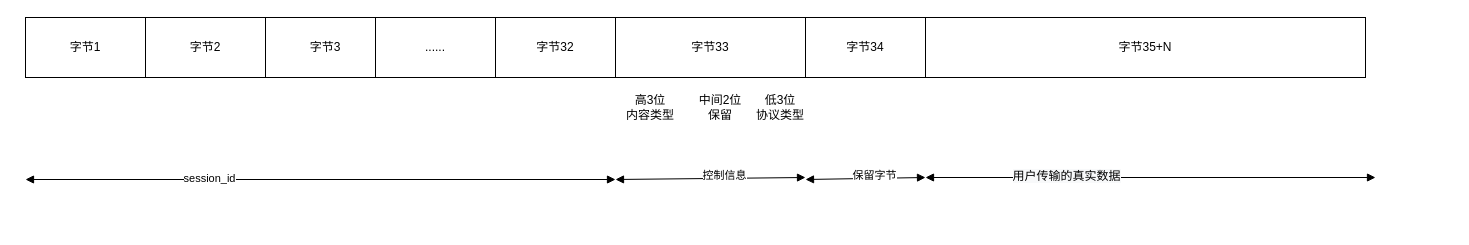
Before: diy_protocol.drawio in mqzhifu/drawpic, a draw.io diagram. Source tidied: cells renumbered, new cells numbered last; positions are measured from the earlier drawing's top-left corner, leaving out a move shared by most shapes. Both pictures are drawn from the tidied source at 100%, with x=0, y=0 at pixel (25, 17).
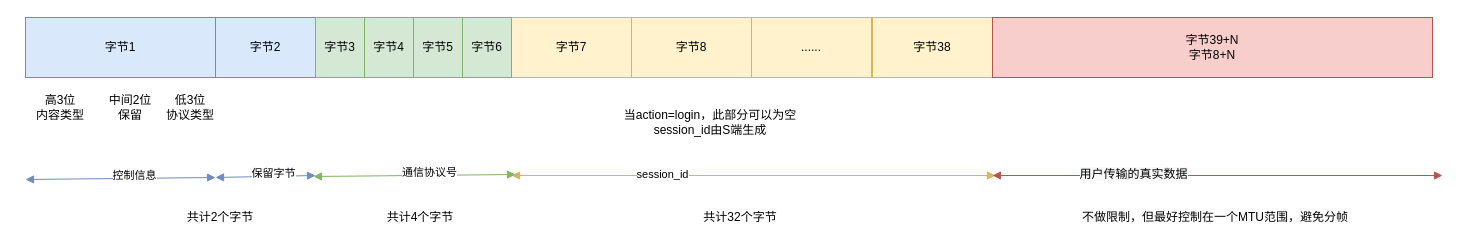
The same page after the edit.

Change to the diagram source:
```diff
@@
-    <mxCell id="2" value="字节1" style="rounded=0;whiteSpace=wrap;html=1;" parent="1" vertex="1">
-      <mxGeometry width="120" height="60" as="geometry" />
+    <mxCell id="2" value="字节7" style="rounded=0;whiteSpace=wrap;html=1;fillColor=#fff2cc;strokeColor=#d6b656;" parent="1" vertex="1">
+      <mxGeometry x="486" width="120" height="60" as="geometry" />
     </mxCell>
-    <mxCell id="3" value="&lt;span&gt;字节2&lt;/span&gt;" style="rounded=0;whiteSpace=wrap;html=1;" parent="1" vertex="1">
-      <mxGeometry x="120" width="120" height="60" as="geometry" />
+    <mxCell id="3" value="&lt;span&gt;字节8&lt;/span&gt;" style="rounded=0;whiteSpace=wrap;html=1;fillColor=#fff2cc;strokeColor=#d6b656;" parent="1" vertex="1">
+      <mxGeometry x="606" width="120" height="60" as="geometry" />
     </mxCell>
-    <mxCell id="4" value="&lt;span&gt;字节3&lt;/span&gt;" style="rounded=0;whiteSpace=wrap;html=1;" parent="1" vertex="1">
-      <mxGeometry x="240" width="120" height="60" as="geometry" />
-    </mxCell>
-    <mxCell id="5" value="......" style="rounded=0;whiteSpace=wrap;html=1;" parent="1" vertex="1">
-      <mxGeometry x="350" width="120" height="60" as="geometry" />
+    <mxCell id="5" value="......" style="rounded=0;whiteSpace=wrap;html=1;fillColor=#fff2cc;strokeColor=#d6b656;" parent="1" vertex="1">
+      <mxGeometry x="726" width="120" height="60" as="geometry" />
     </mxCell>
-    <mxCell id="6" value="字节32" style="rounded=0;whiteSpace=wrap;html=1;" parent="1" vertex="1">
-      <mxGeometry x="470" width="120" height="60" as="geometry" />
+    <mxCell id="6" value="字节38" style="rounded=0;whiteSpace=wrap;html=1;fillColor=#fff2cc;strokeColor=#d6b656;" parent="1" vertex="1">
+      <mxGeometry x="847" width="120" height="60" as="geometry" />
     </mxCell>
-    <mxCell id="7" style="endArrow=block;startArrow=block;endFill=1;startFill=1;html=1;" parent="1" edge="1">
+    <mxCell id="7" style="endArrow=block;startArrow=block;endFill=1;startFill=1;html=1;fillColor=#fff2cc;strokeColor=#d6b656;" parent="1" edge="1">
       <mxGeometry relative="1" as="geometry">
-        <mxPoint y="162" as="sourcePoint" />
-        <mxPoint x="590" y="162" as="targetPoint" />
+        <mxPoint x="486" y="158" as="sourcePoint" />
+        <mxPoint x="970" y="158" as="targetPoint" />
       </mxGeometry>
     </mxCell>
@@
-    <mxCell id="9" value="字节33" style="rounded=0;whiteSpace=wrap;html=1;" parent="1" vertex="1">
-      <mxGeometry x="590" width="190" height="60" as="geometry" />
+    <mxCell id="9" value="字节1" style="rounded=0;whiteSpace=wrap;html=1;fillColor=#dae8fc;strokeColor=#6c8ebf;" parent="1" vertex="1">
+      <mxGeometry width="190" height="60" as="geometry" />
     </mxCell>
-    <mxCell id="10" style="endArrow=block;startArrow=block;endFill=1;startFill=1;html=1;" parent="1" edge="1">
+    <mxCell id="10" style="endArrow=block;startArrow=block;endFill=1;startFill=1;html=1;fillColor=#dae8fc;strokeColor=#6c8ebf;" parent="1" edge="1">
       <mxGeometry relative="1" as="geometry">
-        <mxPoint x="590" y="162" as="sourcePoint" />
-        <mxPoint x="780" y="160" as="targetPoint" />
+        <mxPoint y="162" as="sourcePoint" />
+        <mxPoint x="190" y="160" as="targetPoint" />
       </mxGeometry>
     </mxCell>
@@
     <mxCell id="12" value="高3位&lt;br&gt;内容类型" style="text;html=1;strokeColor=none;fillColor=none;align=center;verticalAlign=middle;whiteSpace=wrap;rounded=0;" parent="1" vertex="1">
-      <mxGeometry x="600" y="80" width="50" height="20" as="geometry" />
+      <mxGeometry x="10" y="80" width="50" height="20" as="geometry" />
     </mxCell>
     <mxCell id="13" value="低3位&lt;br&gt;协议类型" style="text;html=1;strokeColor=none;fillColor=none;align=center;verticalAlign=middle;whiteSpace=wrap;rounded=0;" parent="1" vertex="1">
-      <mxGeometry x="720" y="80" width="70" height="20" as="geometry" />
+      <mxGeometry x="130" y="80" width="70" height="20" as="geometry" />
     </mxCell>
     <mxCell id="14" value="中间2位&lt;br&gt;保留" style="text;html=1;strokeColor=none;fillColor=none;align=center;verticalAlign=middle;whiteSpace=wrap;rounded=0;" parent="1" vertex="1">
-      <mxGeometry x="670" y="80" width="50" height="20" as="geometry" />
+      <mxGeometry x="80" y="80" width="50" height="20" as="geometry" />
     </mxCell>
-    <mxCell id="15" value="字节34" style="rounded=0;whiteSpace=wrap;html=1;" parent="1" vertex="1">
-      <mxGeometry x="780" width="120" height="60" as="geometry" />
+    <mxCell id="15" value="字节2" style="rounded=0;whiteSpace=wrap;html=1;fillColor=#dae8fc;strokeColor=#6c8ebf;" parent="1" vertex="1">
+      <mxGeometry x="190" width="100" height="60" as="geometry" />
     </mxCell>
-    <mxCell id="16" style="endArrow=block;startArrow=block;endFill=1;startFill=1;html=1;" parent="1" edge="1">
+    <mxCell id="16" style="endArrow=block;startArrow=block;endFill=1;startFill=1;html=1;fillColor=#dae8fc;strokeColor=#6c8ebf;" parent="1" edge="1">
       <mxGeometry relative="1" as="geometry">
-        <mxPoint x="780" y="162" as="sourcePoint" />
-        <mxPoint x="900" y="160" as="targetPoint" />
+        <mxPoint x="190" y="160" as="sourcePoint" />
+        <mxPoint x="290" y="158" as="targetPoint" />
       </mxGeometry>
     </mxCell>
@@
-    <mxCell id="18" value="字节35+N" style="rounded=0;whiteSpace=wrap;html=1;" parent="1" vertex="1">
-      <mxGeometry x="900" width="440" height="60" as="geometry" />
+    <mxCell id="18" value="字节39+N&lt;br&gt;字节8+N" style="rounded=0;whiteSpace=wrap;html=1;fillColor=#f8cecc;strokeColor=#b85450;" parent="1" vertex="1">
+      <mxGeometry x="967" width="440" height="60" as="geometry" />
     </mxCell>
-    <mxCell id="19" style="endArrow=block;startArrow=block;endFill=1;startFill=1;html=1;" parent="1" edge="1">
+    <mxCell id="19" style="endArrow=block;startArrow=block;endFill=1;startFill=1;html=1;fillColor=#f8cecc;strokeColor=#b85450;" parent="1" edge="1">
       <mxGeometry relative="1" as="geometry">
-        <mxPoint x="900" y="160" as="sourcePoint" />
-        <mxPoint x="1350" y="160" as="targetPoint" />
+        <mxPoint x="967" y="158" as="sourcePoint" />
+        <mxPoint x="1417" y="158" as="targetPoint" />
       </mxGeometry>
     </mxCell>
@@
+    <mxCell id="4" value="字节3" style="rounded=0;whiteSpace=wrap;html=1;fillColor=#d5e8d4;strokeColor=#82b366;" parent="1" vertex="1">
+      <mxGeometry x="290" width="49" height="60" as="geometry" />
+    </mxCell>
+    <mxCell id="21" value="字节4" style="rounded=0;whiteSpace=wrap;html=1;fillColor=#d5e8d4;strokeColor=#82b366;" parent="1" vertex="1">
+      <mxGeometry x="339" width="49" height="60" as="geometry" />
+    </mxCell>
+    <mxCell id="22" value="字节5" style="rounded=0;whiteSpace=wrap;html=1;fillColor=#d5e8d4;strokeColor=#82b366;" parent="1" vertex="1">
+      <mxGeometry x="388" width="49" height="60" as="geometry" />
+    </mxCell>
+    <mxCell id="23" value="字节6" style="rounded=0;whiteSpace=wrap;html=1;fillColor=#d5e8d4;strokeColor=#82b366;" parent="1" vertex="1">
+      <mxGeometry x="437" width="49" height="60" as="geometry" />
+    </mxCell>
+    <mxCell id="24" style="endArrow=block;startArrow=block;endFill=1;startFill=1;html=1;fillColor=#d5e8d4;strokeColor=#82b366;" parent="1" edge="1">
+      <mxGeometry relative="1" as="geometry">
+        <mxPoint x="288" y="159" as="sourcePoint" />
+        <mxPoint x="490" y="157" as="targetPoint" />
+      </mxGeometry>
+    </mxCell>
+    <mxCell id="25" value="通信协议号" style="edgeLabel;html=1;align=center;verticalAlign=middle;" parent="24" vertex="1">
+      <mxGeometry x="0.15" y="3" relative="1" as="geometry" />
+    </mxCell>
+    <mxCell id="26" value="当action=login，此部分可以为空&lt;br&gt;session_id由S端生成" style="text;html=1;strokeColor=none;fillColor=none;align=center;verticalAlign=middle;whiteSpace=wrap;rounded=0;" parent="1" vertex="1">
+      <mxGeometry x="590" y="90" width="190" height="30" as="geometry" />
+    </mxCell>
+    <mxCell id="27" value="共计2个字节" style="text;html=1;strokeColor=none;fillColor=none;align=center;verticalAlign=middle;whiteSpace=wrap;rounded=0;" parent="1" vertex="1">
+      <mxGeometry x="130" y="190" width="130" height="20" as="geometry" />
+    </mxCell>
+    <mxCell id="28" value="共计4个字节" style="text;html=1;strokeColor=none;fillColor=none;align=center;verticalAlign=middle;whiteSpace=wrap;rounded=0;" parent="1" vertex="1">
+      <mxGeometry x="330" y="190" width="130" height="20" as="geometry" />
+    </mxCell>
+    <mxCell id="29" value="共计32个字节" style="text;html=1;strokeColor=none;fillColor=none;align=center;verticalAlign=middle;whiteSpace=wrap;rounded=0;" parent="1" vertex="1">
+      <mxGeometry x="650" y="190" width="130" height="20" as="geometry" />
+    </mxCell>
+    <mxCell id="30" value="不做限制，但最好控制在一个MTU范围，避免分帧" style="text;html=1;strokeColor=none;fillColor=none;align=center;verticalAlign=middle;whiteSpace=wrap;rounded=0;" parent="1" vertex="1">
+      <mxGeometry x="1050" y="190" width="280" height="20" as="geometry" />
+    </mxCell>
```
